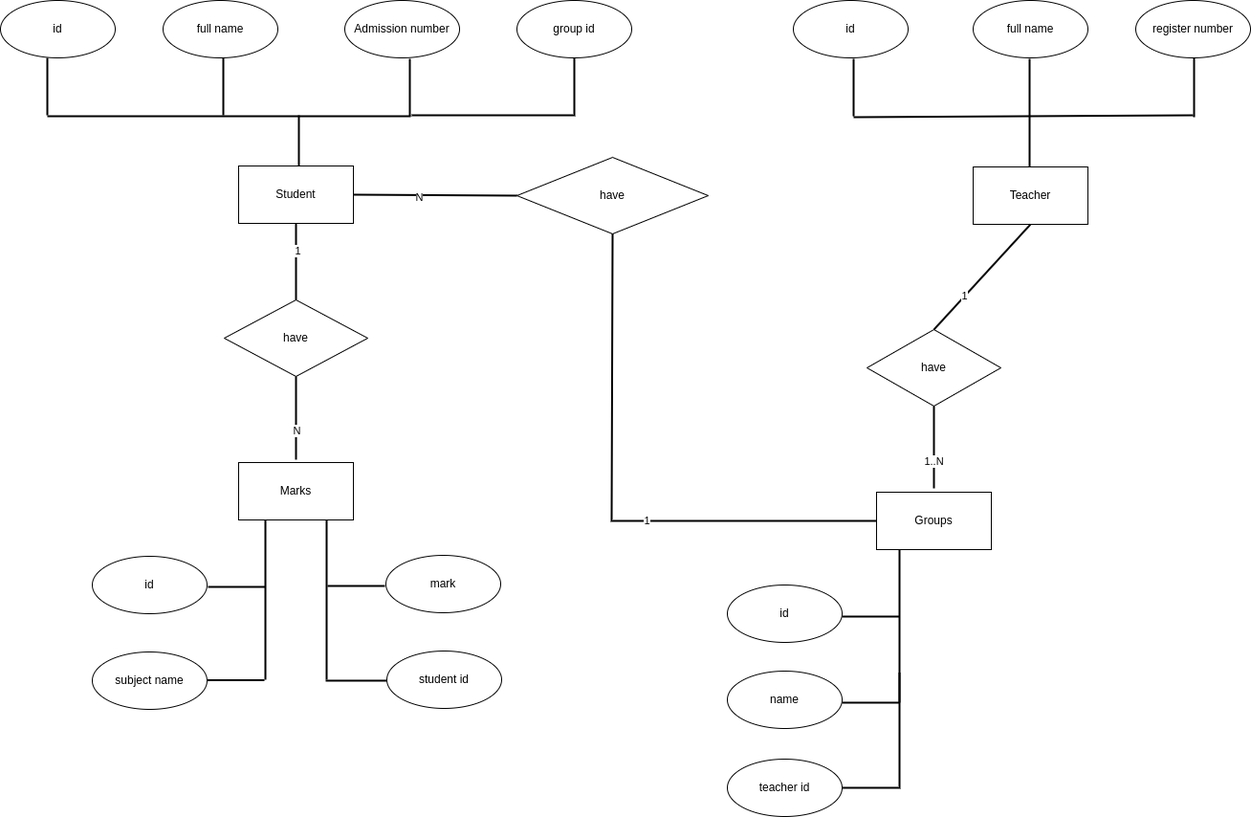
This is lab_02/diags/erDiagram.drawio.png from ak-karimzai/Software-Design, a draw.io export, as it was before one commit. Source tidied: cells renumbered, new cells last; positions are measured from the earlier drawing's top-left corner, leaving out a move shared by most shapes.
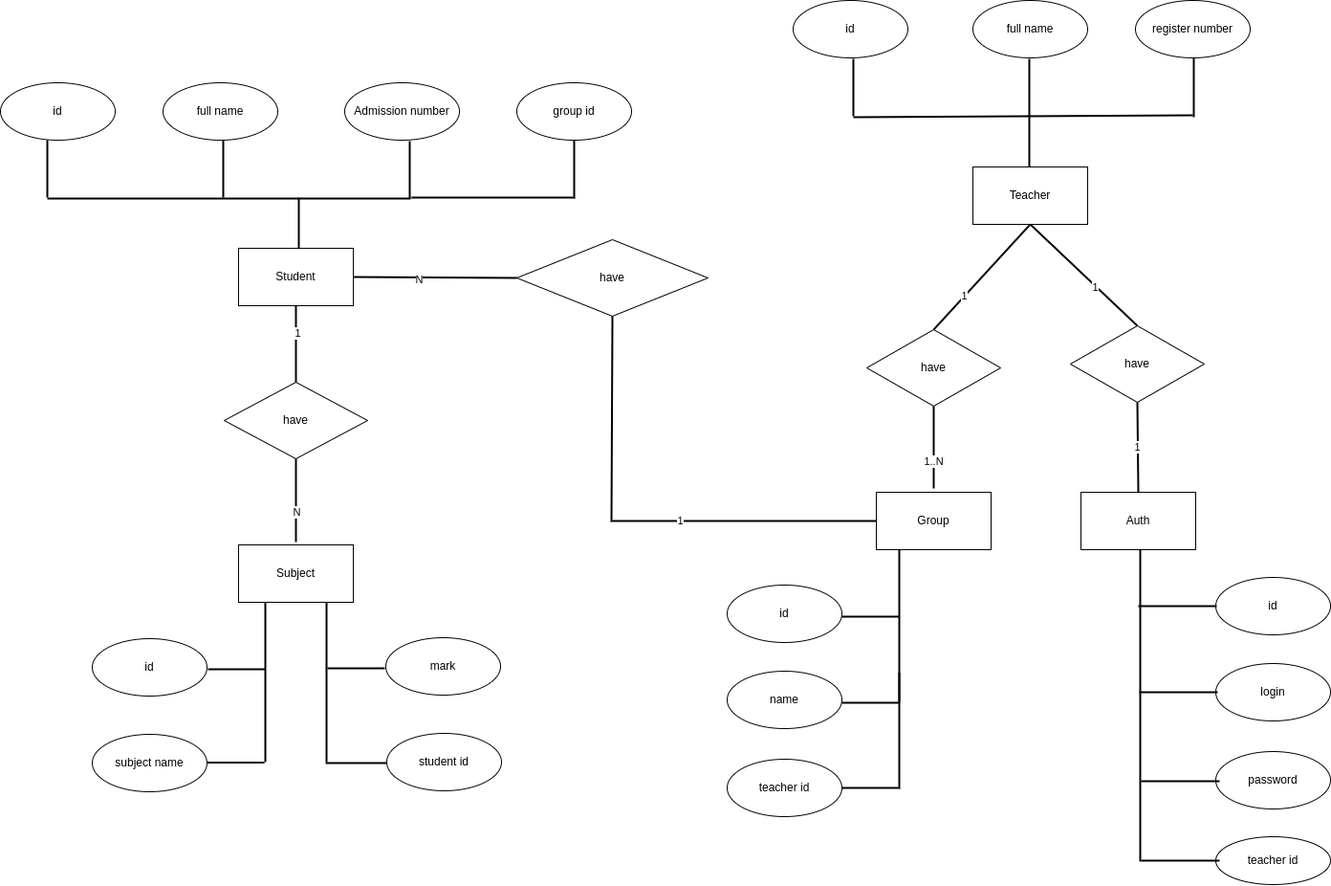
After the commit.

The edit, as a diff of the source:
```diff
@@ -17,7 +17,7 @@
     <mxCell id="6" value="have" style="rhombus;whiteSpace=wrap;html=1;rounded=0;" parent="1" vertex="1">
       <mxGeometry x="234" y="313" width="150" height="80" as="geometry" />
     </mxCell>
-    <mxCell id="7" value="Marks" style="whiteSpace=wrap;html=1;rounded=0;" parent="1" vertex="1">
+    <mxCell id="7" value="Subject" style="whiteSpace=wrap;html=1;rounded=0;" parent="1" vertex="1">
       <mxGeometry x="249" y="483" width="120" height="60" as="geometry" />
     </mxCell>
     <mxCell id="8" value="mark" style="ellipse;whiteSpace=wrap;html=1;rounded=0;" parent="1" vertex="1">
@@ -33,48 +33,48 @@
       <mxGeometry x="404" y="680" width="120" height="60" as="geometry" />
     </mxCell>
     <mxCell id="12" value="Teacher" style="rounded=0;whiteSpace=wrap;html=1;" parent="1" vertex="1">
-      <mxGeometry x="1017" y="174" width="120" height="60" as="geometry" />
+      <mxGeometry x="1017" y="88" width="120" height="60" as="geometry" />
     </mxCell>
     <mxCell id="13" value="id" style="ellipse;whiteSpace=wrap;html=1;rounded=0;" parent="1" vertex="1">
-      <mxGeometry x="829" width="120" height="60" as="geometry" />
+      <mxGeometry x="829" y="-86" width="120" height="60" as="geometry" />
     </mxCell>
     <mxCell id="14" value="full name" style="ellipse;whiteSpace=wrap;html=1;rounded=0;" parent="1" vertex="1">
-      <mxGeometry x="1017" width="120" height="60" as="geometry" />
+      <mxGeometry x="1017" y="-86" width="120" height="60" as="geometry" />
     </mxCell>
     <mxCell id="15" value="register number" style="ellipse;whiteSpace=wrap;html=1;rounded=0;" parent="1" vertex="1">
-      <mxGeometry x="1187" width="120" height="60" as="geometry" />
+      <mxGeometry x="1187" y="-86" width="120" height="60" as="geometry" />
     </mxCell>
     <mxCell id="16" value="have" style="rhombus;whiteSpace=wrap;html=1;rounded=0;" parent="1" vertex="1">
-      <mxGeometry x="906" y="344" width="140" height="80" as="geometry" />
+      <mxGeometry x="906" y="258" width="140" height="80" as="geometry" />
     </mxCell>
-    <mxCell id="17" value="Groups" style="whiteSpace=wrap;html=1;rounded=0;" parent="1" vertex="1">
-      <mxGeometry x="916" y="514" width="120" height="60" as="geometry" />
+    <mxCell id="17" value="Group" style="whiteSpace=wrap;html=1;rounded=0;" parent="1" vertex="1">
+      <mxGeometry x="916" y="428" width="120" height="60" as="geometry" />
     </mxCell>
     <mxCell id="18" value="name" style="ellipse;whiteSpace=wrap;html=1;rounded=0;" parent="1" vertex="1">
-      <mxGeometry x="760" y="701" width="120" height="60" as="geometry" />
+      <mxGeometry x="760" y="615" width="120" height="60" as="geometry" />
     </mxCell>
     <mxCell id="19" value="id" style="ellipse;whiteSpace=wrap;html=1;rounded=0;" parent="1" vertex="1">
-      <mxGeometry x="760" y="611" width="120" height="60" as="geometry" />
+      <mxGeometry x="760" y="525" width="120" height="60" as="geometry" />
     </mxCell>
     <mxCell id="20" value="teacher id" style="ellipse;whiteSpace=wrap;html=1;rounded=0;" parent="1" vertex="1">
-      <mxGeometry x="760" y="793" width="120" height="60" as="geometry" />
+      <mxGeometry x="760" y="707" width="120" height="60" as="geometry" />
     </mxCell>
     <mxCell id="21" style="endArrow=none;html=1;rounded=0;strokeColor=default;strokeWidth=2;" parent="1" edge="1">
       <mxGeometry relative="1" as="geometry">
-        <mxPoint x="940" y="734" as="sourcePoint" />
-        <mxPoint x="940" y="574" as="targetPoint" />
+        <mxPoint x="940" y="648" as="sourcePoint" />
+        <mxPoint x="940" y="488" as="targetPoint" />
       </mxGeometry>
     </mxCell>
     <mxCell id="22" style="endArrow=none;html=1;rounded=0;strokeColor=default;strokeWidth=2;exitX=1;exitY=0.5;exitDx=0;exitDy=0;" parent="1" edge="1">
       <mxGeometry relative="1" as="geometry">
-        <mxPoint x="880" y="644" as="sourcePoint" />
-        <mxPoint x="940" y="644" as="targetPoint" />
+        <mxPoint x="880" y="558" as="sourcePoint" />
+        <mxPoint x="940" y="558" as="targetPoint" />
       </mxGeometry>
     </mxCell>
     <mxCell id="23" style="endArrow=none;html=1;rounded=0;strokeColor=default;strokeWidth=2;exitX=1;exitY=0.5;exitDx=0;exitDy=0;" parent="1" edge="1">
       <mxGeometry relative="1" as="geometry">
-        <mxPoint x="880" y="734" as="sourcePoint" />
-        <mxPoint x="940" y="734" as="targetPoint" />
+        <mxPoint x="880" y="648" as="sourcePoint" />
+        <mxPoint x="940" y="648" as="targetPoint" />
       </mxGeometry>
     </mxCell>
     <mxCell id="24" value="have" style="rhombus;whiteSpace=wrap;html=1;rounded=0;" parent="1" vertex="1">
@@ -83,7 +83,7 @@
     <mxCell id="25" style="endArrow=none;html=1;rounded=0;strokeColor=default;strokeWidth=2;entryX=0;entryY=0.5;entryDx=0;entryDy=0;exitX=0.5;exitY=1;exitDx=0;exitDy=0;" parent="1" edge="1" source="24" target="17">
       <mxGeometry relative="1" as="geometry">
         <Array as="points">
-          <mxPoint x="639" y="544" />
+          <mxPoint x="639" y="458" />
         </Array>
       </mxGeometry>
     </mxCell>
@@ -128,32 +128,32 @@
     </mxCell>
     <mxCell id="34" style="endArrow=none;html=1;rounded=0;strokeColor=default;strokeWidth=2;" parent="1" edge="1">
       <mxGeometry relative="1" as="geometry">
-        <mxPoint x="892" y="122" as="sourcePoint" />
-        <mxPoint x="1247" y="120" as="targetPoint" />
+        <mxPoint x="892" y="36" as="sourcePoint" />
+        <mxPoint x="1247" y="34" as="targetPoint" />
       </mxGeometry>
     </mxCell>
     <mxCell id="35" style="endArrow=none;html=1;rounded=0;strokeColor=default;strokeWidth=2;entryX=0.5;entryY=1;entryDx=0;entryDy=0;" parent="1" edge="1">
       <mxGeometry relative="1" as="geometry">
-        <mxPoint x="892" y="121" as="sourcePoint" />
-        <mxPoint x="892" y="61" as="targetPoint" />
+        <mxPoint x="892" y="35" as="sourcePoint" />
+        <mxPoint x="892" y="-25" as="targetPoint" />
       </mxGeometry>
     </mxCell>
     <mxCell id="36" style="endArrow=none;html=1;rounded=0;strokeColor=default;strokeWidth=2;entryX=0.5;entryY=1;entryDx=0;entryDy=0;" parent="1" edge="1">
       <mxGeometry relative="1" as="geometry">
-        <mxPoint x="1076" y="121" as="sourcePoint" />
-        <mxPoint x="1076" y="61" as="targetPoint" />
+        <mxPoint x="1076" y="35" as="sourcePoint" />
+        <mxPoint x="1076" y="-25" as="targetPoint" />
       </mxGeometry>
     </mxCell>
     <mxCell id="37" style="endArrow=none;html=1;rounded=0;strokeColor=default;strokeWidth=2;" parent="1" edge="1">
       <mxGeometry relative="1" as="geometry">
-        <mxPoint x="1248" y="122" as="sourcePoint" />
-        <mxPoint x="1248" y="60" as="targetPoint" />
+        <mxPoint x="1248" y="36" as="sourcePoint" />
+        <mxPoint x="1248" y="-26" as="targetPoint" />
       </mxGeometry>
     </mxCell>
     <mxCell id="38" style="endArrow=none;html=1;rounded=0;strokeColor=default;strokeWidth=2;exitX=0.5;exitY=0;exitDx=0;exitDy=0;" parent="1" edge="1">
       <mxGeometry relative="1" as="geometry">
-        <mxPoint x="1076" y="174" as="sourcePoint" />
-        <mxPoint x="1076" y="121" as="targetPoint" />
+        <mxPoint x="1076" y="88" as="sourcePoint" />
+        <mxPoint x="1076" y="35" as="targetPoint" />
       </mxGeometry>
     </mxCell>
     <mxCell id="39" style="endArrow=none;html=1;rounded=0;strokeColor=default;strokeWidth=2;exitX=1;exitY=0.5;exitDx=0;exitDy=0;" parent="1" edge="1">
@@ -208,7 +208,7 @@
     </mxCell>
     <mxCell id="49" style="endArrow=none;html=1;rounded=0;strokeColor=default;strokeWidth=2;entryX=0.5;entryY=1;entryDx=0;entryDy=0;" parent="1" edge="1" target="16">
       <mxGeometry relative="1" as="geometry">
-        <mxPoint x="976" y="510" as="sourcePoint" />
+        <mxPoint x="976" y="424" as="sourcePoint" />
       </mxGeometry>
     </mxCell>
     <mxCell id="50" value="1..N" style="edgeLabel;html=1;align=center;verticalAlign=middle;" parent="49" vertex="1">
@@ -233,11 +233,72 @@
     </mxCell>
     <mxCell id="55" style="endArrow=none;html=1;rounded=0;strokeWidth=2;exitX=1;exitY=0.5;exitDx=0;exitDy=0;" parent="1" edge="1" source="20">
       <mxGeometry relative="1" as="geometry">
-        <mxPoint x="940" y="703" as="targetPoint" />
+        <mxPoint x="940" y="617" as="targetPoint" />
         <Array as="points">
-          <mxPoint x="940" y="823" />
+          <mxPoint x="940" y="737" />
         </Array>
       </mxGeometry>
     </mxCell>
+    <mxCell id="56" value="Auth" style="whiteSpace=wrap;html=1;rounded=0;" parent="1" vertex="1">
+      <mxGeometry x="1130" y="428" width="120" height="60" as="geometry" />
+    </mxCell>
+    <mxCell id="57" value="login" style="ellipse;whiteSpace=wrap;html=1;rounded=0;" parent="1" vertex="1">
+      <mxGeometry x="1271" y="607" width="120" height="60" as="geometry" />
+    </mxCell>
+    <mxCell id="58" value="id" style="ellipse;whiteSpace=wrap;html=1;rounded=0;" parent="1" vertex="1">
+      <mxGeometry x="1271" y="517" width="120" height="60" as="geometry" />
+    </mxCell>
+    <mxCell id="59" value="password" style="ellipse;whiteSpace=wrap;html=1;rounded=0;" parent="1" vertex="1">
+      <mxGeometry x="1271" y="699" width="120" height="60" as="geometry" />
+    </mxCell>
+    <mxCell id="60" style="endArrow=none;html=1;rounded=0;strokeColor=default;strokeWidth=2;" parent="1" edge="1">
+      <mxGeometry relative="1" as="geometry">
+        <mxPoint x="1192" y="814" as="sourcePoint" />
+        <mxPoint x="1192" y="488" as="targetPoint" />
+      </mxGeometry>
+    </mxCell>
+    <mxCell id="61" value="teacher id" style="ellipse;whiteSpace=wrap;html=1;" parent="1" vertex="1">
+      <mxGeometry x="1271" y="788" width="120" height="50" as="geometry" />
+    </mxCell>
+    <mxCell id="62" style="endArrow=none;html=1;rounded=0;strokeWidth=2;entryX=0.5;entryY=1;entryDx=0;entryDy=0;" parent="1" edge="1" target="12">
+      <mxGeometry relative="1" as="geometry">
+        <mxPoint x="1189" y="254" as="sourcePoint" />
+      </mxGeometry>
+    </mxCell>
+    <mxCell id="63" value="1" style="edgeLabel;html=1;align=center;verticalAlign=middle;" parent="62" vertex="1">
+      <mxGeometry x="-0.22" y="1" relative="1" as="geometry" />
+    </mxCell>
+    <mxCell id="64" value="have" style="rhombus;whiteSpace=wrap;html=1;rounded=0;" parent="1" vertex="1">
+      <mxGeometry x="1119" y="254" width="140" height="80" as="geometry" />
+    </mxCell>
+    <mxCell id="65" value="1" style="endArrow=none;html=1;rounded=0;strokeWidth=2;exitX=0.5;exitY=0;exitDx=0;exitDy=0;" parent="1" edge="1" source="56">
+      <mxGeometry relative="1" as="geometry">
+        <mxPoint x="1189" y="334" as="targetPoint" />
+      </mxGeometry>
+    </mxCell>
+    <mxCell id="66" style="endArrow=none;html=1;rounded=0;strokeWidth=2;entryX=0;entryY=0.5;entryDx=0;entryDy=0;" parent="1" edge="1">
+      <mxGeometry relative="1" as="geometry">
+        <mxPoint x="1190" y="547" as="sourcePoint" />
+        <mxPoint x="1272" y="547" as="targetPoint" />
+      </mxGeometry>
+    </mxCell>
+    <mxCell id="67" style="endArrow=none;html=1;rounded=0;strokeWidth=2;entryX=0;entryY=0.5;entryDx=0;entryDy=0;" parent="1" edge="1">
+      <mxGeometry relative="1" as="geometry">
+        <mxPoint x="1191" y="637" as="sourcePoint" />
+        <mxPoint x="1273" y="637" as="targetPoint" />
+      </mxGeometry>
+    </mxCell>
+    <mxCell id="68" style="endArrow=none;html=1;rounded=0;strokeWidth=2;entryX=0;entryY=0.5;entryDx=0;entryDy=0;" parent="1" edge="1">
+      <mxGeometry relative="1" as="geometry">
+        <mxPoint x="1193" y="730" as="sourcePoint" />
+        <mxPoint x="1275" y="730" as="targetPoint" />
+      </mxGeometry>
+    </mxCell>
+    <mxCell id="69" style="endArrow=none;html=1;rounded=0;strokeWidth=2;entryX=0;entryY=0.5;entryDx=0;entryDy=0;" parent="1" edge="1">
+      <mxGeometry relative="1" as="geometry">
+        <mxPoint x="1193" y="813" as="sourcePoint" />
+        <mxPoint x="1275" y="813" as="targetPoint" />
+      </mxGeometry>
+    </mxCell>
   </root>
 </mxGraphModel>
```
